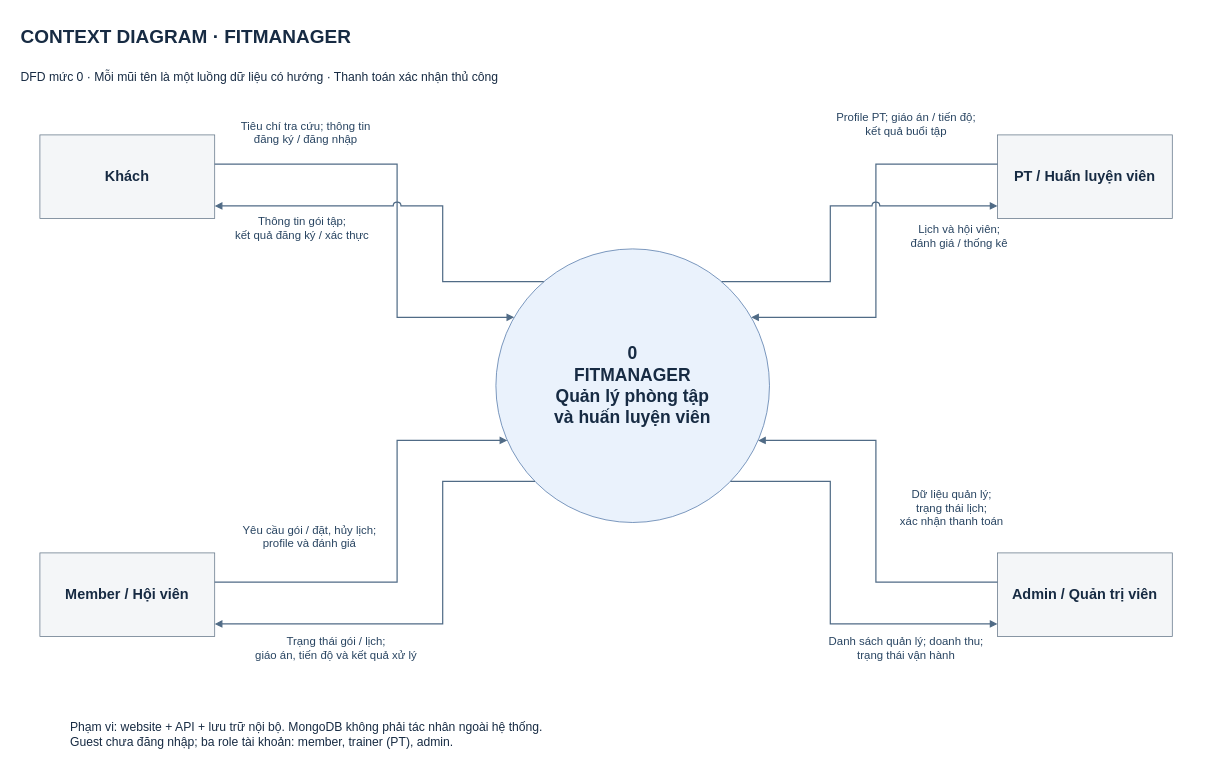
Above: docs/diagram/context.drawio in Huy-Haru/ProjectSDN (draw.io), before the change. Source tidied: cells renumbered, new cells numbered last; positions are measured from the earlier drawing's top-left corner, leaving out a move shared by most shapes. Both pictures are drawn from the tidied source at 76%, with x=0, y=0 at pixel (13, 13).
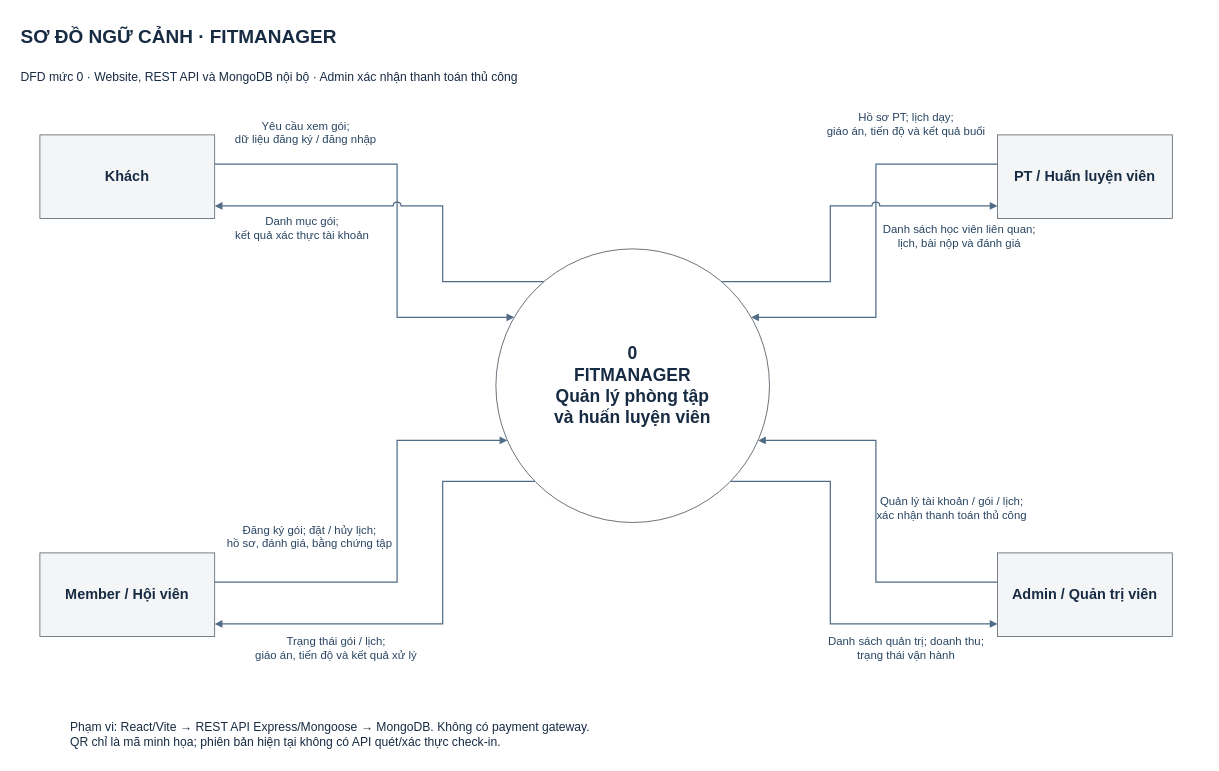
After the change.

What changed in the source:
```diff
@@
-    <mxCell id="2" value="CONTEXT DIAGRAM · FITMANAGER" style="html=0;whiteSpace=wrap;fontFamily=Arial;fontSize=25;fontColor=#172b43;strokeColor=#5479aa;fillColor=#eaf2fc;spacing=10;text;fillColor=none;strokeColor=none;align=left;verticalAlign=top;fontStyle=1;" parent="1" vertex="1">
+    <mxCell id="2" value="SƠ ĐỒ NGỮ CẢNH · FITMANAGER" style="html=0;whiteSpace=wrap;fontFamily=Arial;fontSize=25;fontColor=#172b43;strokeColor=#3f4852;fillColor=#ffffff;spacing=10;text;fillColor=none;strokeColor=none;align=left;verticalAlign=top;fontStyle=1;" parent="1" vertex="1">
       <mxGeometry width="1570" height="55" as="geometry" />
     </mxCell>
-    <mxCell id="3" value="DFD mức 0 · Mỗi mũi tên là một luồng dữ liệu có hướng · Thanh toán xác nhận thủ công" style="html=0;whiteSpace=wrap;fontFamily=Arial;fontSize=16;fontColor=#172b43;strokeColor=#5479aa;fillColor=#eaf2fc;spacing=10;text;fillColor=none;strokeColor=none;align=left;verticalAlign=top;" parent="1" vertex="1">
+    <mxCell id="3" value="DFD mức 0 · Website, REST API và MongoDB nội bộ · Admin xác nhận thanh toán thủ công" style="html=0;whiteSpace=wrap;fontFamily=Arial;fontSize=16;fontColor=#172b43;strokeColor=#3f4852;fillColor=#ffffff;spacing=10;text;fillColor=none;strokeColor=none;align=left;verticalAlign=top;" parent="1" vertex="1">
       <mxGeometry y="60" width="1570" height="45" as="geometry" />
     </mxCell>
-    <mxCell id="4" value="0&#10;FITMANAGER&#10;Quản lý phòng tập&#10;và huấn luyện viên" style="html=0;whiteSpace=wrap;fontFamily=Arial;fontSize=23;fontColor=#172b43;strokeColor=#5479aa;fillColor=#eaf2fc;spacing=10;ellipse;fontStyle=1;" parent="1" vertex="1">
+    <mxCell id="4" value="0&#10;FITMANAGER&#10;Quản lý phòng tập&#10;và huấn luyện viên" style="html=0;whiteSpace=wrap;fontFamily=Arial;fontSize=23;fontColor=#172b43;strokeColor=#3f4852;fillColor=#ffffff;spacing=10;ellipse;fontStyle=1;" parent="1" vertex="1">
       <mxGeometry x="635" y="310" width="360" height="360" as="geometry" />
     </mxCell>
-    <mxCell id="5" value="Khách" style="html=0;whiteSpace=wrap;fontFamily=Arial;fontSize=19;fontColor=#172b43;strokeColor=#66788a;fillColor=#f4f6f8;spacing=10;rounded=0;fontStyle=1;" parent="1" vertex="1">
+    <mxCell id="5" value="Khách" style="html=0;whiteSpace=wrap;fontFamily=Arial;fontSize=19;fontColor=#172b43;strokeColor=#505963;fillColor=#f4f5f6;spacing=10;rounded=0;fontStyle=1;" parent="1" vertex="1">
       <mxGeometry x="35" y="160" width="230" height="110" as="geometry" />
     </mxCell>
-    <mxCell id="6" value="Member / Hội viên" style="html=0;whiteSpace=wrap;fontFamily=Arial;fontSize=19;fontColor=#172b43;strokeColor=#66788a;fillColor=#f4f6f8;spacing=10;rounded=0;fontStyle=1;" parent="1" vertex="1">
+    <mxCell id="6" value="Member / Hội viên" style="html=0;whiteSpace=wrap;fontFamily=Arial;fontSize=19;fontColor=#172b43;strokeColor=#505963;fillColor=#f4f5f6;spacing=10;rounded=0;fontStyle=1;" parent="1" vertex="1">
       <mxGeometry x="35" y="710" width="230" height="110" as="geometry" />
     </mxCell>
-    <mxCell id="7" value="PT / Huấn luyện viên" style="html=0;whiteSpace=wrap;fontFamily=Arial;fontSize=19;fontColor=#172b43;strokeColor=#66788a;fillColor=#f4f6f8;spacing=10;rounded=0;fontStyle=1;" parent="1" vertex="1">
+    <mxCell id="7" value="PT / Huấn luyện viên" style="html=0;whiteSpace=wrap;fontFamily=Arial;fontSize=19;fontColor=#172b43;strokeColor=#505963;fillColor=#f4f5f6;spacing=10;rounded=0;fontStyle=1;" parent="1" vertex="1">
       <mxGeometry x="1295" y="160" width="230" height="110" as="geometry" />
     </mxCell>
-    <mxCell id="8" value="Admin / Quản trị viên" style="html=0;whiteSpace=wrap;fontFamily=Arial;fontSize=19;fontColor=#172b43;strokeColor=#66788a;fillColor=#f4f6f8;spacing=10;rounded=0;fontStyle=1;" parent="1" vertex="1">
+    <mxCell id="8" value="Admin / Quản trị viên" style="html=0;whiteSpace=wrap;fontFamily=Arial;fontSize=19;fontColor=#172b43;strokeColor=#505963;fillColor=#f4f5f6;spacing=10;rounded=0;fontStyle=1;" parent="1" vertex="1">
       <mxGeometry x="1295" y="710" width="230" height="110" as="geometry" />
     </mxCell>
-    <mxCell id="9" value="Phạm vi: website + API + lưu trữ nội bộ. MongoDB không phải tác nhân ngoài hệ thống.&#10;Guest chưa đăng nhập; ba role tài khoản: member, trainer (PT), admin." style="html=0;whiteSpace=wrap;fontFamily=Arial;fontSize=16;fontColor=#172b43;strokeColor=#5479aa;fillColor=#eaf2fc;spacing=10;text;fillColor=none;strokeColor=none;align=left;verticalAlign=top;" parent="1" vertex="1">
+    <mxCell id="9" value="Phạm vi: React/Vite → REST API Express/Mongoose → MongoDB. Không có payment gateway.&#10;QR chỉ là mã minh họa; phiên bản hiện tại không có API quét/xác thực check-in." style="html=0;whiteSpace=wrap;fontFamily=Arial;fontSize=16;fontColor=#172b43;strokeColor=#3f4852;fillColor=#ffffff;spacing=10;text;fillColor=none;strokeColor=none;align=left;verticalAlign=top;" parent="1" vertex="1">
       <mxGeometry x="65" y="915" width="1440" height="65" as="geometry" />
     </mxCell>
-    <mxCell id="10" value="Tiêu chí tra cứu; thông tin&#10;đăng ký / đăng nhập" style="edgeStyle=none;orthogonal=1;rounded=0;html=0;strokeColor=#506b86;strokeWidth=1.6;jumpStyle=arc;jumpSize=9;endArrow=block;endFill=1;exitX=1;exitY=0.35;exitPerimeter=0;entryX=0.06698729810778066;entryY=0.25;entryPerimeter=0;fontFamily=Arial;fontSize=15;fontColor=#284461;labelBackgroundColor=none;" parent="1" edge="1" source="5" target="4">
+    <mxCell id="10" value="Yêu cầu xem gói;&#10;dữ liệu đăng ký / đăng nhập" style="edgeStyle=none;orthogonal=1;rounded=0;html=0;strokeColor=#506b86;strokeWidth=1.6;jumpStyle=arc;jumpSize=9;endArrow=block;endFill=1;exitX=1;exitY=0.35;exitPerimeter=0;entryX=0.06698729810778066;entryY=0.25;entryPerimeter=0;fontFamily=Arial;fontSize=15;fontColor=#284461;labelBackgroundColor=none;" parent="1" edge="1" source="5" target="4">
       <mxGeometry relative="1" as="geometry">
         <Array as="points">
           <mxPoint x="505" y="198.5" />
           <mxPoint x="505" y="400" />
         </Array>
         <mxPoint x="-120" y="-100.3" as="offset" />
       </mxGeometry>
     </mxCell>
-    <mxCell id="11" value="Thông tin gói tập;&#10;kết quả đăng ký / xác thực" style="edgeStyle=none;orthogonal=1;rounded=0;html=0;strokeColor=#506b86;strokeWidth=1.6;jumpStyle=arc;jumpSize=9;endArrow=block;endFill=1;exitX=0.17503846381456153;exitY=0.11999999999999997;exitPerimeter=0;entryX=1;entryY=0.85;entryPerimeter=0;fontFamily=Arial;fontSize=15;fontColor=#284461;labelBackgroundColor=none;" parent="1" edge="1" source="4" target="5">
+    <mxCell id="11" value="Danh mục gói;&#10;kết quả xác thực tài khoản" style="edgeStyle=none;orthogonal=1;rounded=0;html=0;strokeColor=#506b86;strokeWidth=1.6;jumpStyle=arc;jumpSize=9;endArrow=block;endFill=1;exitX=0.17503846381456153;exitY=0.11999999999999997;exitPerimeter=0;entryX=1;entryY=0.85;entryPerimeter=0;fontFamily=Arial;fontSize=15;fontColor=#284461;labelBackgroundColor=none;" parent="1" edge="1" source="4" target="5">
       <mxGeometry relative="1" as="geometry">
         <Array as="points">
           <mxPoint x="565" y="353.2" />
           <mxPoint x="565" y="253.5" />
         </Array>
         <mxPoint x="-151.4" y="28.5" as="offset" />
       </mxGeometry>
     </mxCell>
-    <mxCell id="12" value="Yêu cầu gói / đặt, hủy lịch;&#10;profile và đánh giá" style="edgeStyle=none;orthogonal=1;rounded=0;html=0;strokeColor=#506b86;strokeWidth=1.6;jumpStyle=arc;jumpSize=9;endArrow=block;endFill=1;exitX=1;exitY=0.35;exitPerimeter=0;entryX=0.04174243050441583;entryY=0.7;entryPerimeter=0;fontFamily=Arial;fontSize=15;fontColor=#284461;labelBackgroundColor=none;" parent="1" edge="1" source="6" target="4">
+    <mxCell id="12" value="Đăng ký gói; đặt / hủy lịch;&#10;hồ sơ, đánh giá, bằng chứng tập" style="edgeStyle=none;orthogonal=1;rounded=0;html=0;strokeColor=#506b86;strokeWidth=1.6;jumpStyle=arc;jumpSize=9;endArrow=block;endFill=1;exitX=1;exitY=0.35;exitPerimeter=0;entryX=0.04174243050441583;entryY=0.7;entryPerimeter=0;fontFamily=Arial;fontSize=15;fontColor=#284461;labelBackgroundColor=none;" parent="1" edge="1" source="6" target="4">
       <mxGeometry relative="1" as="geometry">
         <Array as="points">
           <mxPoint x="505" y="748.5" />
           <mxPoint x="505" y="562" />
         </Array>
         <mxPoint x="-115" y="-14.7" as="offset" />
       </mxGeometry>
     </mxCell>
@@
-    <mxCell id="14" value="Profile PT; giáo án / tiến độ;&#10;kết quả buổi tập" style="edgeStyle=none;orthogonal=1;rounded=0;html=0;strokeColor=#506b86;strokeWidth=1.6;jumpStyle=arc;jumpSize=9;endArrow=block;endFill=1;exitX=0;exitY=0.35;exitPerimeter=0;entryX=0.9330127018922193;entryY=0.25;entryPerimeter=0;fontFamily=Arial;fontSize=15;fontColor=#284461;labelBackgroundColor=none;" parent="1" edge="1" source="7" target="4">
+    <mxCell id="14" value="Hồ sơ PT; lịch dạy;&#10;giáo án, tiến độ và kết quả buổi" style="edgeStyle=none;orthogonal=1;rounded=0;html=0;strokeColor=#506b86;strokeWidth=1.6;jumpStyle=arc;jumpSize=9;endArrow=block;endFill=1;exitX=0;exitY=0.35;exitPerimeter=0;entryX=0.9330127018922193;entryY=0.25;entryPerimeter=0;fontFamily=Arial;fontSize=15;fontColor=#284461;labelBackgroundColor=none;" parent="1" edge="1" source="7" target="4">
       <mxGeometry relative="1" as="geometry">
         <Array as="points">
           <mxPoint x="1135" y="198.5" />
           <mxPoint x="1135" y="400" />
         </Array>
         <mxPoint x="40" y="-156.3" as="offset" />
       </mxGeometry>
     </mxCell>
-    <mxCell id="15" value="Lịch và hội viên;&#10;đánh giá / thống kê" style="edgeStyle=none;orthogonal=1;rounded=0;html=0;strokeColor=#506b86;strokeWidth=1.6;jumpStyle=arc;jumpSize=9;endArrow=block;endFill=1;exitX=0.8249615361854384;exitY=0.11999999999999997;exitPerimeter=0;entryX=0;entryY=0.85;entryPerimeter=0;fontFamily=Arial;fontSize=15;fontColor=#284461;labelBackgroundColor=none;" parent="1" edge="1" source="4" target="7">
+    <mxCell id="15" value="Danh sách học viên liên quan;&#10;lịch, bài nộp và đánh giá" style="edgeStyle=none;orthogonal=1;rounded=0;html=0;strokeColor=#506b86;strokeWidth=1.6;jumpStyle=arc;jumpSize=9;endArrow=block;endFill=1;exitX=0.8249615361854384;exitY=0.11999999999999997;exitPerimeter=0;entryX=0;entryY=0.85;entryPerimeter=0;fontFamily=Arial;fontSize=15;fontColor=#284461;labelBackgroundColor=none;" parent="1" edge="1" source="4" target="7">
       <mxGeometry relative="1" as="geometry">
         <Array as="points">
           <mxPoint x="1075" y="353.2" />
           <mxPoint x="1075" y="253.5" />
         </Array>
         <mxPoint x="170" y="27.1" as="offset" />
       </mxGeometry>
     </mxCell>
-    <mxCell id="16" value="Dữ liệu quản lý;&#10;trạng thái lịch;&#10;xác nhận thanh toán" style="edgeStyle=none;orthogonal=1;rounded=0;html=0;strokeColor=#506b86;strokeWidth=1.6;jumpStyle=arc;jumpSize=9;endArrow=block;endFill=1;exitX=0;exitY=0.35;exitPerimeter=0;entryX=0.9582575694955842;entryY=0.7;entryPerimeter=0;fontFamily=Arial;fontSize=15;fontColor=#284461;labelBackgroundColor=none;" parent="1" edge="1" source="8" target="4">
+    <mxCell id="16" value="Quản lý tài khoản / gói / lịch;&#10;xác nhận thanh toán thủ công" style="edgeStyle=none;orthogonal=1;rounded=0;html=0;strokeColor=#506b86;strokeWidth=1.6;jumpStyle=arc;jumpSize=9;endArrow=block;endFill=1;exitX=0;exitY=0.35;exitPerimeter=0;entryX=0.9582575694955842;entryY=0.7;entryPerimeter=0;fontFamily=Arial;fontSize=15;fontColor=#284461;labelBackgroundColor=none;" parent="1" edge="1" source="8" target="4">
       <mxGeometry relative="1" as="geometry">
         <Array as="points">
           <mxPoint x="1135" y="748.5" />
           <mxPoint x="1135" y="562" />
         </Array>
         <mxPoint x="100" y="-7.7" as="offset" />
       </mxGeometry>
     </mxCell>
-    <mxCell id="17" value="Danh sách quản lý; doanh thu;&#10;trạng thái vận hành" style="edgeStyle=none;orthogonal=1;rounded=0;html=0;strokeColor=#506b86;strokeWidth=1.6;jumpStyle=arc;jumpSize=9;endArrow=block;endFill=1;exitX=0.8570714214271425;exitY=0.85;exitPerimeter=0;entryX=0;entryY=0.85;entryPerimeter=0;fontFamily=Arial;fontSize=15;fontColor=#284461;labelBackgroundColor=none;" parent="1" edge="1" source="4" target="8">
+    <mxCell id="17" value="Danh sách quản trị; doanh thu;&#10;trạng thái vận hành" style="edgeStyle=none;orthogonal=1;rounded=0;html=0;strokeColor=#506b86;strokeWidth=1.6;jumpStyle=arc;jumpSize=9;endArrow=block;endFill=1;exitX=0.8570714214271425;exitY=0.85;exitPerimeter=0;entryX=0;entryY=0.85;entryPerimeter=0;fontFamily=Arial;fontSize=15;fontColor=#284461;labelBackgroundColor=none;" parent="1" edge="1" source="4" target="8">
       <mxGeometry relative="1" as="geometry">
         <Array as="points">
           <mxPoint x="1075" y="616" />
           <mxPoint x="1075" y="803.5" />
         </Array>
         <mxPoint x="100" y="81" as="offset" />
       </mxGeometry>
     </mxCell>
```
